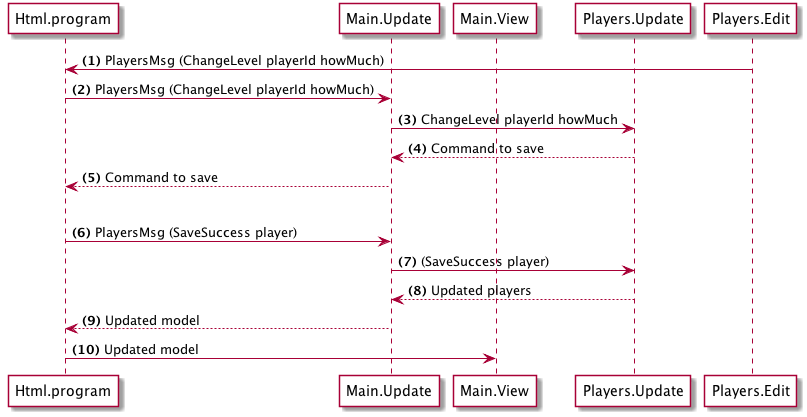
The PlantUML diagram en/08-edit/01-plan.png in sporto/elm-tutorial, before a commit. The source it was exported from:
```plantuml
@startuml

autonumber "<b>(#)"

participant Html.program as program #white
participant Main.Update as MU #white
participant Main.View as MV #white
participant Players.Update as PU #white
participant Players.Edit as PE #white

PE -> program : PlayersMsg (ChangeLevel playerId howMuch)
program -> MU : PlayersMsg (ChangeLevel playerId howMuch)
MU -> PU : ChangeLevel playerId howMuch
PU --> MU : Command to save
MU --> program : Command to save
|||
program -> MU : PlayersMsg (SaveSuccess player)
MU -> PU : (SaveSuccess player)
PU --> MU : Updated players
MU --> program : Updated model
program -> MV : Updated model


@enduml
```
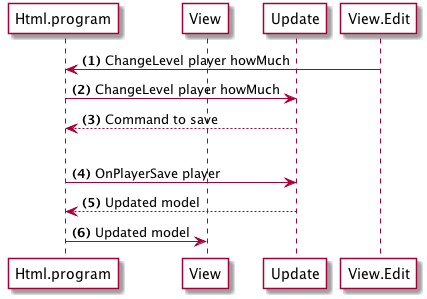
After the commit.

Diff of the diagram source:
```diff
@@ -3,22 +3,18 @@
 autonumber "<b>(#)"
 
 participant Html.program as program #white
-participant Main.Update as MU #white
-participant Main.View as MV #white
-participant Players.Update as PU #white
-participant Players.Edit as PE #white
+participant Update #white
+participant View #white
+participant Update #white
+participant View.Edit as PE #white
 
-PE -> program : PlayersMsg (ChangeLevel playerId howMuch)
-program -> MU : PlayersMsg (ChangeLevel playerId howMuch)
-MU -> PU : ChangeLevel playerId howMuch
-PU --> MU : Command to save
-MU --> program : Command to save
+PE -> program : ChangeLevel player howMuch
+program -> Update : ChangeLevel player howMuch
+Update --> program : Command to save
 |||
-program -> MU : PlayersMsg (SaveSuccess player)
-MU -> PU : (SaveSuccess player)
-PU --> MU : Updated players
-MU --> program : Updated model
-program -> MV : Updated model
+program -> Update : OnPlayerSave player
+Update --> program : Updated model
+program -> View : Updated model
 
 
 @enduml
```
